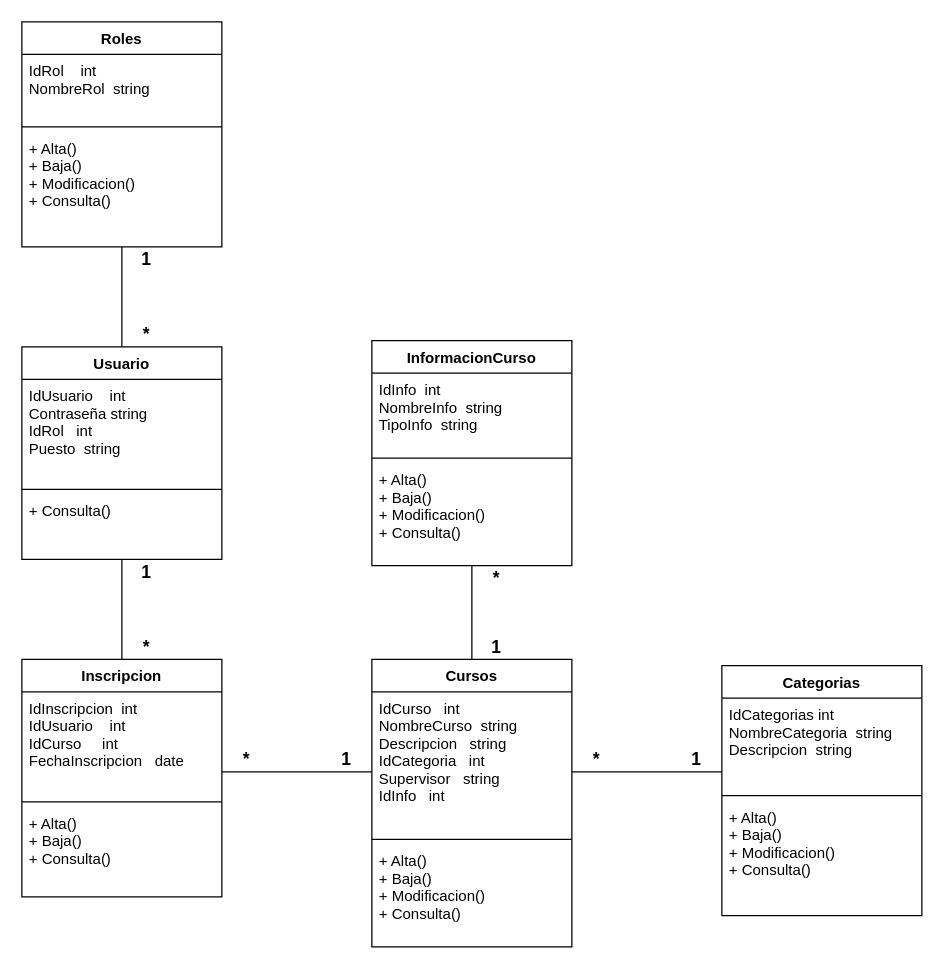
Above: Unidad_2/C1.4_UML_Clases.drawio in GustavoValadez/An-lisis-Avanzado-Software (draw.io), before the change. Source tidied: cells renumbered, new cells numbered last; positions are measured from the earlier drawing's top-left corner, leaving out a move shared by most shapes. Both pictures are drawn from the tidied source at 125%, with x=0, y=0 at pixel (21, 21).
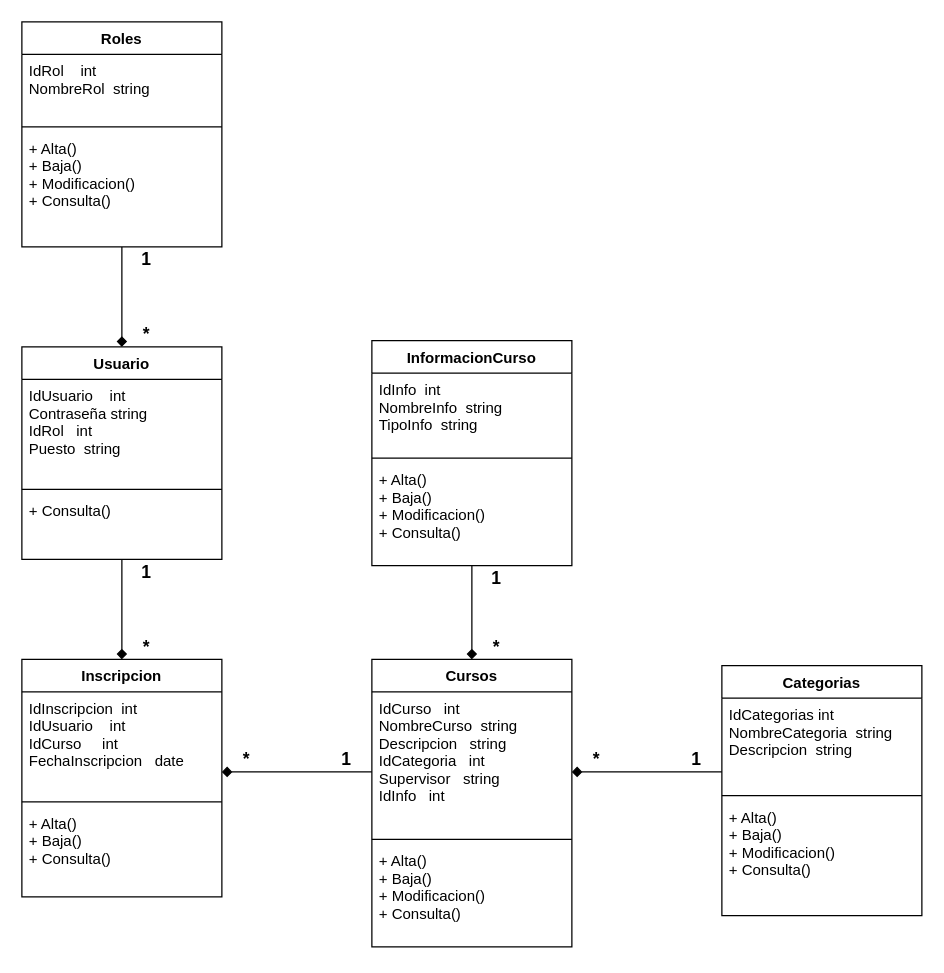
Above is the later version.

The change refers to these unchanged cells:
```xml
<mxCell id="2" value="Roles" style="swimlane;fontStyle=1;align=center;verticalAlign=top;horizontal=1;startSize=26;" parent="1" vertex="1">
  <mxGeometry width="160" height="180" as="geometry" />
</mxCell>
<mxCell id="8" value="Usuario" style="swimlane;fontStyle=1;align=center;verticalAlign=top;horizontal=1;startSize=26;" parent="1" vertex="1">
  <mxGeometry y="260" width="160" height="170" as="geometry" />
</mxCell>
<mxCell id="13" value="Inscripcion" style="swimlane;fontStyle=1;align=center;verticalAlign=top;horizontal=1;startSize=26;" parent="1" vertex="1">
  <mxGeometry y="510" width="160" height="190" as="geometry" />
</mxCell>
<mxCell id="19" value="Cursos" style="swimlane;fontStyle=1;align=center;verticalAlign=top;horizontal=1;startSize=26;" parent="1" vertex="1">
  <mxGeometry x="280" y="510" width="160" height="230" as="geometry" />
</mxCell>
<mxCell id="23" value="InformacionCurso" style="swimlane;fontStyle=1;align=center;verticalAlign=top;horizontal=1;startSize=26;" parent="1" vertex="1">
  <mxGeometry x="280" y="255" width="160" height="180" as="geometry" />
</mxCell>
<mxCell id="27" value="Categorias" style="swimlane;fontStyle=1;align=center;verticalAlign=top;horizontal=1;startSize=26;" parent="1" vertex="1">
  <mxGeometry x="560" y="515" width="160" height="200" as="geometry" />
</mxCell>
```

The edit, as a diff of the source:
```diff
@@
-    <mxCell id="6" style="edgeStyle=orthogonalEdgeStyle;rounded=0;jettySize=auto;html=1;endArrow=none;endFill=0;" parent="1" edge="1" source="8" target="2">
+    <mxCell id="6" style="edgeStyle=orthogonalEdgeStyle;rounded=0;jettySize=auto;html=1;endArrow=none;endFill=0;startArrow=diamond;startFill=1;" parent="1" edge="1" source="8" target="2">
       <mxGeometry relative="1" as="geometry" />
     </mxCell>
-    <mxCell id="7" style="edgeStyle=orthogonalEdgeStyle;rounded=0;jettySize=auto;html=1;endArrow=none;endFill=0;" parent="1" edge="1" source="8" target="13">
+    <mxCell id="7" style="edgeStyle=orthogonalEdgeStyle;rounded=0;jettySize=auto;html=1;endArrow=diamond;endFill=1;startArrow=none;startFill=0;" parent="1" edge="1" source="8" target="13">
       <mxGeometry relative="1" as="geometry" />
     </mxCell>
@@
-    <mxCell id="12" style="edgeStyle=orthogonalEdgeStyle;rounded=0;jettySize=auto;html=1;endArrow=none;endFill=0;" parent="1" edge="1" source="13" target="19">
+    <mxCell id="12" style="edgeStyle=orthogonalEdgeStyle;rounded=0;jettySize=auto;html=1;endArrow=none;endFill=0;startArrow=diamond;startFill=1;" parent="1" edge="1" source="13" target="19">
       <mxGeometry relative="1" as="geometry">
         <Array as="points">
           <mxPoint x="220" y="600" />
           <mxPoint x="220" y="600" />
         </Array>
       </mxGeometry>
     </mxCell>
@@
-    <mxCell id="17" style="edgeStyle=orthogonalEdgeStyle;rounded=0;jettySize=auto;html=1;endArrow=none;endFill=0;" parent="1" edge="1" source="19" target="23">
+    <mxCell id="17" style="edgeStyle=orthogonalEdgeStyle;rounded=0;jettySize=auto;html=1;endArrow=none;endFill=0;startArrow=diamond;startFill=1;" parent="1" edge="1" source="19" target="23">
       <mxGeometry relative="1" as="geometry" />
     </mxCell>
-    <mxCell id="18" style="edgeStyle=orthogonalEdgeStyle;rounded=0;jettySize=auto;html=1;endArrow=none;endFill=0;" parent="1" edge="1" source="19" target="27">
+    <mxCell id="18" style="edgeStyle=orthogonalEdgeStyle;rounded=0;jettySize=auto;html=1;endArrow=none;endFill=0;startArrow=diamond;startFill=1;" parent="1" edge="1" source="19" target="27">
       <mxGeometry relative="1" as="geometry">
         <Array as="points">
           <mxPoint x="500" y="600" />
           <mxPoint x="500" y="600" />
         </Array>
       </mxGeometry>
     </mxCell>
@@
-    <mxCell id="34" value="&lt;b&gt;&lt;font style=&quot;font-size: 14px&quot;&gt;1&lt;/font&gt;&lt;/b&gt;" style="text;html=1;strokeColor=none;fillColor=none;align=center;verticalAlign=middle;whiteSpace=wrap;rounded=0;" parent="1" vertex="1">
+    <mxCell id="34" value="&lt;b&gt;&lt;font style=&quot;font-size: 14px&quot;&gt;*&lt;/font&gt;&lt;/b&gt;" style="text;html=1;strokeColor=none;fillColor=none;align=center;verticalAlign=middle;whiteSpace=wrap;rounded=0;" parent="1" vertex="1">
       <mxGeometry x="360" y="490" width="40" height="20" as="geometry" />
     </mxCell>
@@
-    <mxCell id="39" value="&lt;b&gt;&lt;font style=&quot;font-size: 14px&quot;&gt;*&lt;/font&gt;&lt;/b&gt;" style="text;html=1;strokeColor=none;fillColor=none;align=center;verticalAlign=middle;whiteSpace=wrap;rounded=0;" parent="1" vertex="1">
+    <mxCell id="39" value="&lt;b&gt;&lt;font style=&quot;font-size: 14px&quot;&gt;1&lt;/font&gt;&lt;/b&gt;" style="text;html=1;strokeColor=none;fillColor=none;align=center;verticalAlign=middle;whiteSpace=wrap;rounded=0;" parent="1" vertex="1">
       <mxGeometry x="360" y="435" width="40" height="20" as="geometry" />
     </mxCell>
```
